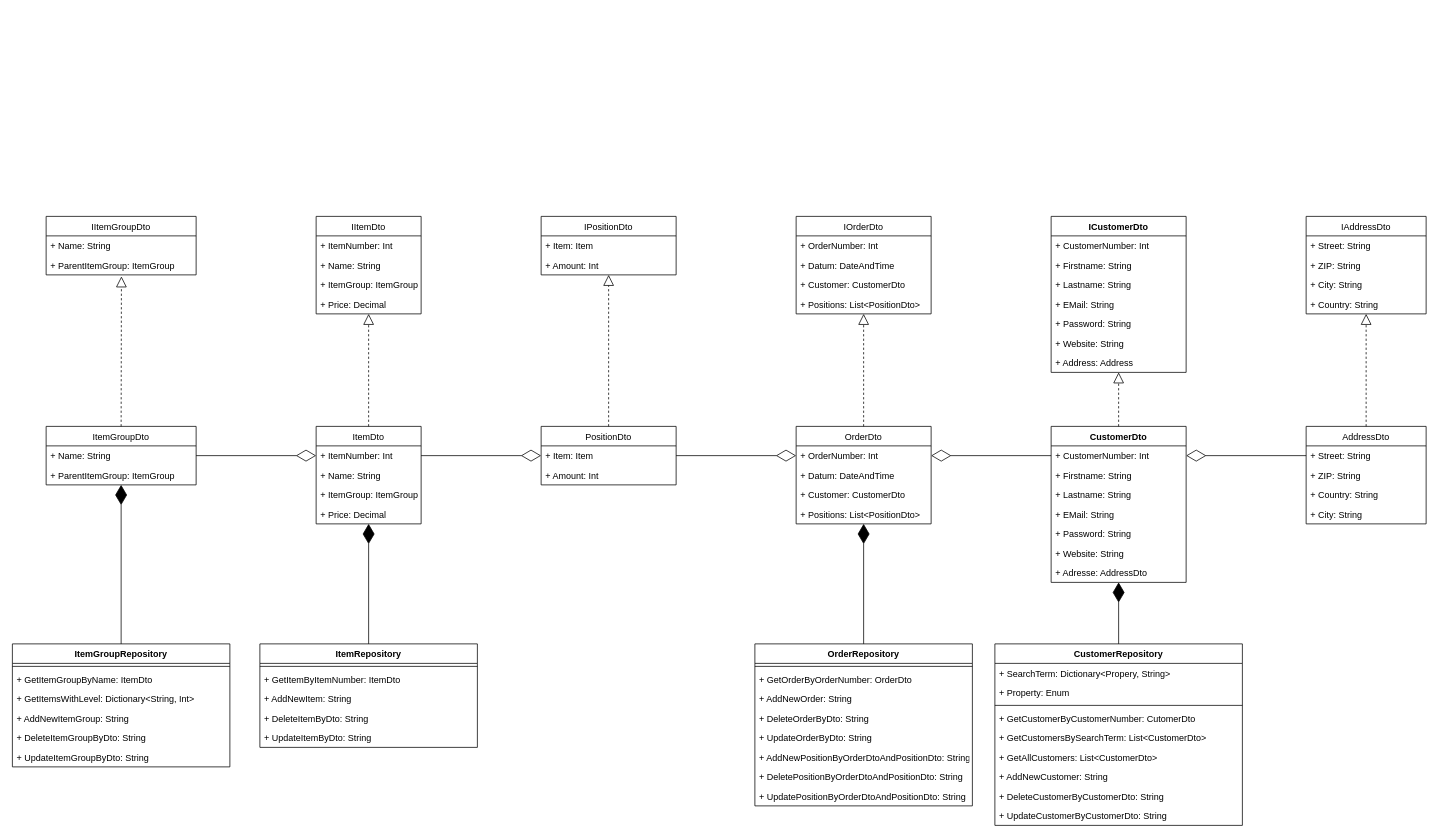
The draw.io diagram JobManagement/Designs/UML_DataAccessLayer.drawio in smat91/JobManagement, before the edit. Source tidied: cells renumbered, new cells numbered last; positions are measured from the earlier drawing's top-left corner, leaving out a move shared by most shapes. Both pictures are drawn from the tidied source at 75%, with x=0, y=0 at pixel (12, 216).
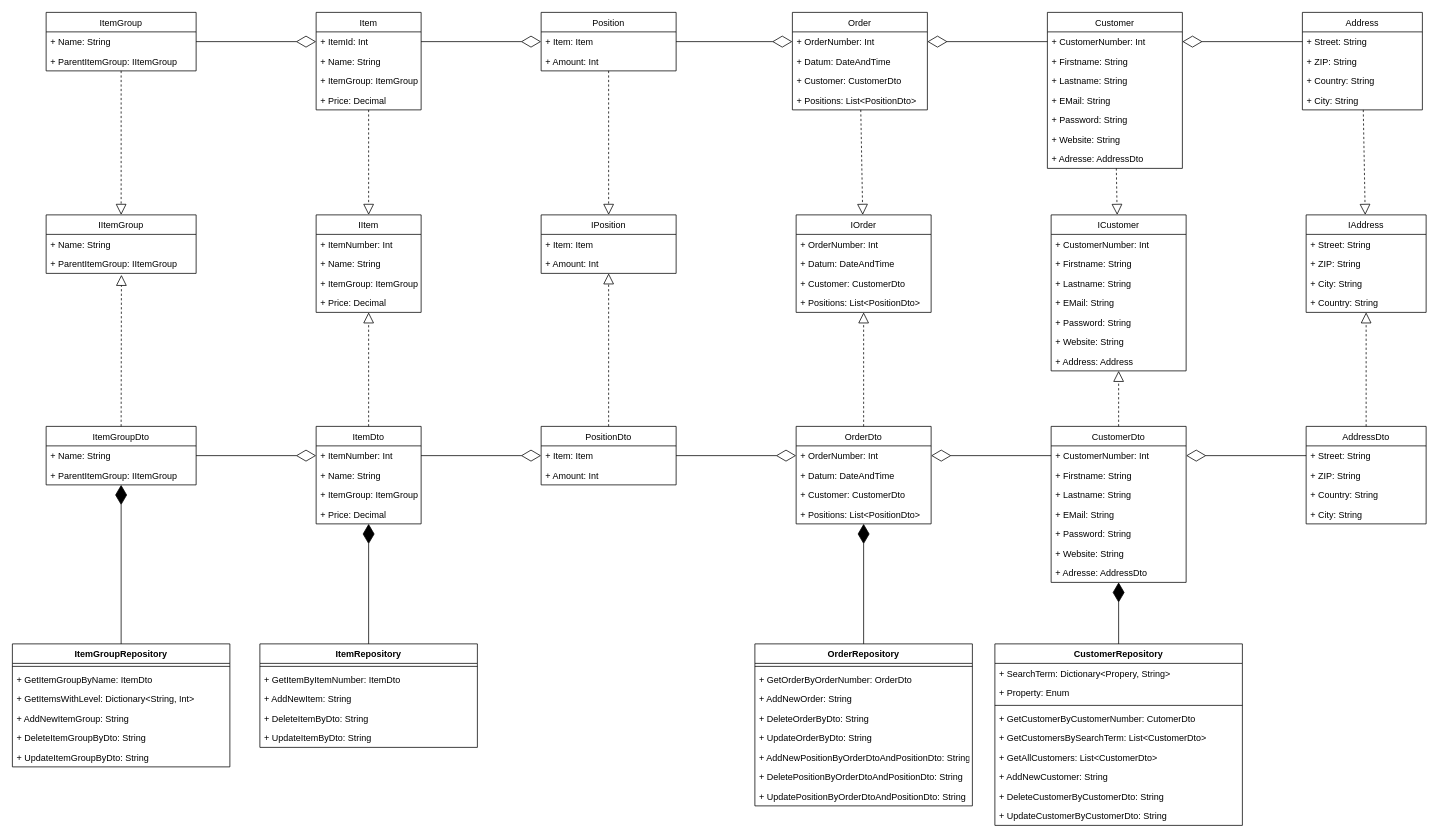
The same diagram, later.

The change refers to these unchanged cells:
```xml
<mxCell id="9" value="+ Address: Address" style="text;strokeColor=none;fillColor=none;align=left;verticalAlign=top;spacingLeft=4;spacingRight=4;overflow=hidden;points=[[0,0.5],[1,0.5]];portConstraint=eastwest;" parent="2" vertex="1">
  <mxGeometry y="182" width="180" height="26" as="geometry" />
</mxCell>
<mxCell id="31" value="ItemGroupDto" style="swimlane;fontStyle=0;horizontal=1;startSize=26;fillColor=none;labelBackgroundColor=none;" parent="1" vertex="1">
  <mxGeometry x="45" y="280" width="200" height="78" as="geometry" />
</mxCell>
```

Diff of the diagram source:
```diff
@@
-    <mxCell id="2" value="ICustomerDto" style="swimlane;fontStyle=1;align=center;verticalAlign=top;horizontal=1;startSize=26;" parent="1" vertex="1">
-      <mxGeometry x="1385" width="180" height="208" as="geometry" />
+    <mxCell id="2" value="ICustomer" style="swimlane;fontStyle=0;align=center;verticalAlign=top;horizontal=1;startSize=26;" parent="1" vertex="1">
+      <mxGeometry x="1385" y="-2" width="180" height="208" as="geometry" />
     </mxCell>
@@
-    <mxCell id="10" value="CustomerDto" style="swimlane;fontStyle=1;align=center;verticalAlign=top;horizontal=1;startSize=26;" parent="1" vertex="1">
+    <mxCell id="10" value="CustomerDto" style="swimlane;fontStyle=0;align=center;verticalAlign=top;horizontal=1;startSize=26;" parent="1" vertex="1">
       <mxGeometry x="1385" y="280" width="180" height="208" as="geometry" />
     </mxCell>
@@
-    <mxCell id="18" value="IAddressDto" style="swimlane;fontStyle=0;horizontal=1;startSize=26;fillColor=none;" parent="1" vertex="1">
-      <mxGeometry x="1725" width="160" height="130" as="geometry" />
+    <mxCell id="18" value="IAddress" style="swimlane;fontStyle=0;horizontal=1;startSize=26;fillColor=none;" parent="1" vertex="1">
+      <mxGeometry x="1725" y="-2" width="160" height="130" as="geometry" />
     </mxCell>
@@
-    <mxCell id="28" value="IItemGroupDto" style="swimlane;fontStyle=0;horizontal=1;startSize=26;fillColor=none;labelBackgroundColor=none;" parent="1" vertex="1">
-      <mxGeometry x="45" width="200" height="78" as="geometry" />
+    <mxCell id="28" value="IItemGroup" style="swimlane;fontStyle=0;horizontal=1;startSize=26;fillColor=none;labelBackgroundColor=none;" parent="1" vertex="1">
+      <mxGeometry x="45" y="-2" width="200" height="78" as="geometry" />
     </mxCell>
@@
-    <mxCell id="30" value="+ ParentItemGroup: ItemGroup" style="text;strokeColor=none;fillColor=none;align=left;verticalAlign=top;spacingLeft=4;spacingRight=4;overflow=hidden;points=[[0,0.5],[1,0.5]];portConstraint=eastwest;labelBackgroundColor=none;" parent="28" vertex="1">
+    <mxCell id="30" value="+ ParentItemGroup: IItemGroup" style="text;strokeColor=none;fillColor=none;align=left;verticalAlign=top;spacingLeft=4;spacingRight=4;overflow=hidden;points=[[0,0.5],[1,0.5]];portConstraint=eastwest;labelBackgroundColor=none;" parent="28" vertex="1">
       <mxGeometry y="52" width="200" height="26" as="geometry" />
     </mxCell>
@@
-    <mxCell id="33" value="+ ParentItemGroup: ItemGroup" style="text;strokeColor=none;fillColor=none;align=left;verticalAlign=top;spacingLeft=4;spacingRight=4;overflow=hidden;labelBackgroundColor=none;" parent="31" vertex="1">
+    <mxCell id="33" value="+ ParentItemGroup: IItemGroup" style="text;strokeColor=none;fillColor=none;align=left;verticalAlign=top;spacingLeft=4;spacingRight=4;overflow=hidden;labelBackgroundColor=none;" parent="31" vertex="1">
       <mxGeometry y="52" width="200" height="26" as="geometry" />
     </mxCell>
-    <mxCell id="34" value="IItemDto" style="swimlane;fontStyle=0;horizontal=1;startSize=26;fillColor=none;labelBackgroundColor=none;" parent="1" vertex="1">
-      <mxGeometry x="405" width="140" height="130" as="geometry" />
+    <mxCell id="34" value="IItem" style="swimlane;fontStyle=0;horizontal=1;startSize=26;fillColor=none;labelBackgroundColor=none;" parent="1" vertex="1">
+      <mxGeometry x="405" y="-2" width="140" height="130" as="geometry" />
     </mxCell>
@@
-    <mxCell id="62" value="IOrderDto" style="swimlane;fontStyle=0;horizontal=1;startSize=26;fillColor=none;labelBackgroundColor=none;" parent="1" vertex="1">
-      <mxGeometry x="1045" width="180" height="130" as="geometry" />
+    <mxCell id="62" value="IOrder" style="swimlane;fontStyle=0;horizontal=1;startSize=26;fillColor=none;labelBackgroundColor=none;" parent="1" vertex="1">
+      <mxGeometry x="1045" y="-2" width="180" height="130" as="geometry" />
     </mxCell>
@@
-    <mxCell id="71" value="IPositionDto" style="swimlane;fontStyle=0;horizontal=1;startSize=26;fillColor=none;labelBackgroundColor=none;" parent="1" vertex="1">
-      <mxGeometry x="705" width="180" height="78" as="geometry" />
+    <mxCell id="71" value="IPosition" style="swimlane;fontStyle=0;horizontal=1;startSize=26;fillColor=none;labelBackgroundColor=none;" parent="1" vertex="1">
+      <mxGeometry x="705" y="-2" width="180" height="78" as="geometry" />
     </mxCell>
@@
-    <mxCell id="80" style="endArrow=block;dashed=1;endFill=0;endSize=12;html=1;rounded=0;exitX=0.5;exitY=0;exitDx=0;exitDy=0;" parent="1" edge="1" source="10" target="9">
+    <mxCell id="80" style="endArrow=block;dashed=1;endFill=0;endSize=12;html=1;rounded=0;exitX=0.5;exitY=0;exitDx=0;exitDy=0;" parent="1" edge="1" source="10" target="2">
       <mxGeometry relative="1" as="geometry" />
     </mxCell>
@@
+    <mxCell id="107" value="Customer" style="swimlane;fontStyle=0;align=center;verticalAlign=top;horizontal=1;startSize=26;" parent="1" vertex="1">
+      <mxGeometry x="1380" y="-272" width="180" height="208" as="geometry" />
+    </mxCell>
+    <mxCell id="108" value="+ CustomerNumber: Int&#10;" style="text;strokeColor=none;fillColor=none;align=left;verticalAlign=top;spacingLeft=4;spacingRight=4;overflow=hidden;points=[[0,0.5],[1,0.5]];portConstraint=eastwest;" parent="107" vertex="1">
+      <mxGeometry y="26" width="180" height="26" as="geometry" />
+    </mxCell>
+    <mxCell id="109" value="+ Firstname: String" style="text;strokeColor=none;fillColor=none;align=left;verticalAlign=top;spacingLeft=4;spacingRight=4;overflow=hidden;" parent="107" vertex="1">
+      <mxGeometry y="52" width="180" height="26" as="geometry" />
+    </mxCell>
+    <mxCell id="110" value="+ Lastname: String" style="text;strokeColor=none;fillColor=none;align=left;verticalAlign=top;spacingLeft=4;spacingRight=4;overflow=hidden;" parent="107" vertex="1">
+      <mxGeometry y="78" width="180" height="26" as="geometry" />
+    </mxCell>
+    <mxCell id="111" value="+ EMail: String" style="text;strokeColor=none;fillColor=none;align=left;verticalAlign=top;spacingLeft=4;spacingRight=4;overflow=hidden;" parent="107" vertex="1">
+      <mxGeometry y="104" width="180" height="26" as="geometry" />
+    </mxCell>
+    <mxCell id="112" value="+ Password: String" style="text;strokeColor=none;fillColor=none;align=left;verticalAlign=top;spacingLeft=4;spacingRight=4;overflow=hidden;" parent="107" vertex="1">
+      <mxGeometry y="130" width="180" height="26" as="geometry" />
+    </mxCell>
+    <mxCell id="113" value="+ Website: String" style="text;strokeColor=none;fillColor=none;align=left;verticalAlign=top;spacingLeft=4;spacingRight=4;overflow=hidden;" parent="107" vertex="1">
+      <mxGeometry y="156" width="180" height="26" as="geometry" />
+    </mxCell>
+    <mxCell id="114" value="+ Adresse: AddressDto" style="text;strokeColor=none;fillColor=none;align=left;verticalAlign=top;spacingLeft=4;spacingRight=4;overflow=hidden;" parent="107" vertex="1">
+      <mxGeometry y="182" width="180" height="26" as="geometry" />
+    </mxCell>
+    <mxCell id="115" value="Address" style="swimlane;fontStyle=0;horizontal=1;startSize=26;fillColor=none;" parent="1" vertex="1">
+      <mxGeometry x="1720" y="-272" width="160" height="130" as="geometry" />
+    </mxCell>
+    <mxCell id="116" value="+ Street: String" style="text;strokeColor=none;fillColor=none;align=left;verticalAlign=top;spacingLeft=4;spacingRight=4;overflow=hidden;points=[[0,0.5],[1,0.5]];portConstraint=eastwest;" parent="115" vertex="1">
+      <mxGeometry y="26" width="160" height="26" as="geometry" />
+    </mxCell>
+    <mxCell id="117" value="+ ZIP: String" style="text;strokeColor=none;fillColor=none;align=left;verticalAlign=top;spacingLeft=4;spacingRight=4;overflow=hidden;" parent="115" vertex="1">
+      <mxGeometry y="52" width="160" height="26" as="geometry" />
+    </mxCell>
+    <mxCell id="118" value="+ Country: String" style="text;strokeColor=none;fillColor=none;align=left;verticalAlign=top;spacingLeft=4;spacingRight=4;overflow=hidden;labelBackgroundColor=none;" parent="115" vertex="1">
+      <mxGeometry y="78" width="160" height="26" as="geometry" />
+    </mxCell>
+    <mxCell id="119" value="+ City: String" style="text;strokeColor=none;fillColor=none;align=left;verticalAlign=top;spacingLeft=4;spacingRight=4;overflow=hidden;" parent="115" vertex="1">
+      <mxGeometry y="104" width="160" height="26" as="geometry" />
+    </mxCell>
+    <mxCell id="120" value="ItemGroup" style="swimlane;fontStyle=0;horizontal=1;startSize=26;fillColor=none;labelBackgroundColor=none;" parent="1" vertex="1">
+      <mxGeometry x="45" y="-272" width="200" height="78" as="geometry" />
+    </mxCell>
+    <mxCell id="121" value="+ Name: String" style="text;strokeColor=none;fillColor=none;align=left;verticalAlign=top;spacingLeft=4;spacingRight=4;overflow=hidden;points=[[0,0.5],[1,0.5]];portConstraint=eastwest;labelBackgroundColor=none;" parent="120" vertex="1">
+      <mxGeometry y="26" width="200" height="26" as="geometry" />
+    </mxCell>
+    <mxCell id="122" value="+ ParentItemGroup: IItemGroup" style="text;strokeColor=none;fillColor=none;align=left;verticalAlign=top;spacingLeft=4;spacingRight=4;overflow=hidden;labelBackgroundColor=none;" parent="120" vertex="1">
+      <mxGeometry y="52" width="200" height="26" as="geometry" />
+    </mxCell>
+    <mxCell id="123" value="Item" style="swimlane;fontStyle=0;horizontal=1;startSize=26;fillColor=none;labelBackgroundColor=none;" parent="1" vertex="1">
+      <mxGeometry x="405" y="-272" width="140" height="130" as="geometry" />
+    </mxCell>
+    <mxCell id="124" value="+ ItemId: Int" style="text;strokeColor=none;fillColor=none;align=left;verticalAlign=top;spacingLeft=4;spacingRight=4;overflow=hidden;points=[[0,0.5],[1,0.5]];portConstraint=eastwest;labelBackgroundColor=none;" parent="123" vertex="1">
+      <mxGeometry y="26" width="140" height="26" as="geometry" />
+    </mxCell>
+    <mxCell id="125" value="+ Name: String" style="text;strokeColor=none;fillColor=none;align=left;verticalAlign=top;spacingLeft=4;spacingRight=4;overflow=hidden;labelBackgroundColor=none;" parent="123" vertex="1">
+      <mxGeometry y="52" width="140" height="26" as="geometry" />
+    </mxCell>
+    <mxCell id="126" value="+ ItemGroup: ItemGroup" style="text;strokeColor=none;fillColor=none;align=left;verticalAlign=top;spacingLeft=4;spacingRight=4;overflow=hidden;labelBackgroundColor=none;" parent="123" vertex="1">
+      <mxGeometry y="78" width="140" height="26" as="geometry" />
+    </mxCell>
+    <mxCell id="127" value="+ Price: Decimal" style="text;strokeColor=none;fillColor=none;align=left;verticalAlign=top;spacingLeft=4;spacingRight=4;overflow=hidden;labelBackgroundColor=none;" parent="123" vertex="1">
+      <mxGeometry y="104" width="140" height="26" as="geometry" />
+    </mxCell>
+    <mxCell id="128" style="endArrow=diamondThin;endFill=0;endSize=24;html=1;rounded=0;entryX=1;entryY=0.5;entryDx=0;entryDy=0;exitX=0;exitY=0.5;exitDx=0;exitDy=0;" parent="1" edge="1" source="116" target="108">
+      <mxGeometry relative="1" as="geometry" />
+    </mxCell>
+    <mxCell id="129" style="endArrow=diamondThin;endFill=0;endSize=24;html=1;rounded=0;entryX=0;entryY=0.5;entryDx=0;entryDy=0;exitX=1;exitY=0.5;exitDx=0;exitDy=0;" parent="1" edge="1" source="121" target="124">
+      <mxGeometry relative="1" as="geometry" />
+    </mxCell>
+    <mxCell id="130" value="Order" style="swimlane;fontStyle=0;horizontal=1;startSize=26;fillColor=none;labelBackgroundColor=none;" parent="1" vertex="1">
+      <mxGeometry x="1040" y="-272" width="180" height="130" as="geometry" />
+    </mxCell>
+    <mxCell id="131" value="+ OrderNumber: Int" style="text;strokeColor=none;fillColor=none;align=left;verticalAlign=top;spacingLeft=4;spacingRight=4;overflow=hidden;points=[[0,0.5],[1,0.5]];portConstraint=eastwest;labelBackgroundColor=none;" parent="130" vertex="1">
+      <mxGeometry y="26" width="180" height="26" as="geometry" />
+    </mxCell>
+    <mxCell id="132" value="+ Datum: DateAndTime" style="text;strokeColor=none;fillColor=none;align=left;verticalAlign=top;spacingLeft=4;spacingRight=4;overflow=hidden;labelBackgroundColor=none;" parent="130" vertex="1">
+      <mxGeometry y="52" width="180" height="26" as="geometry" />
+    </mxCell>
+    <mxCell id="133" value="+ Customer: CustomerDto" style="text;strokeColor=none;fillColor=none;align=left;verticalAlign=top;spacingLeft=4;spacingRight=4;overflow=hidden;labelBackgroundColor=none;" parent="130" vertex="1">
+      <mxGeometry y="78" width="180" height="26" as="geometry" />
+    </mxCell>
+    <mxCell id="134" value="+ Positions: List&lt;PositionDto&gt;" style="text;strokeColor=none;fillColor=none;align=left;verticalAlign=top;spacingLeft=4;spacingRight=4;overflow=hidden;labelBackgroundColor=none;" parent="130" vertex="1">
+      <mxGeometry y="104" width="180" height="26" as="geometry" />
+    </mxCell>
+    <mxCell id="135" style="endArrow=diamondThin;endFill=0;endSize=24;html=1;rounded=0;exitX=0;exitY=0.5;exitDx=0;exitDy=0;" parent="1" edge="1" source="108" target="131">
+      <mxGeometry relative="1" as="geometry" />
+    </mxCell>
+    <mxCell id="136" value="Position" style="swimlane;fontStyle=0;horizontal=1;startSize=26;fillColor=none;labelBackgroundColor=none;" parent="1" vertex="1">
+      <mxGeometry x="705" y="-272" width="180" height="78" as="geometry" />
+    </mxCell>
+    <mxCell id="137" value="+ Item: Item " style="text;strokeColor=none;fillColor=none;align=left;verticalAlign=top;spacingLeft=4;spacingRight=4;overflow=hidden;points=[[0,0.5],[1,0.5]];portConstraint=eastwest;labelBackgroundColor=none;" parent="136" vertex="1">
+      <mxGeometry y="26" width="180" height="26" as="geometry" />
+    </mxCell>
+    <mxCell id="138" value="+ Amount: Int" style="text;strokeColor=none;fillColor=none;align=left;verticalAlign=top;spacingLeft=4;spacingRight=4;overflow=hidden;labelBackgroundColor=none;" parent="136" vertex="1">
+      <mxGeometry y="52" width="180" height="26" as="geometry" />
+    </mxCell>
+    <mxCell id="139" style="endArrow=diamondThin;endFill=0;endSize=24;html=1;rounded=0;entryX=0;entryY=0.5;entryDx=0;entryDy=0;exitX=1;exitY=0.5;exitDx=0;exitDy=0;" parent="1" edge="1" source="137" target="131">
+      <mxGeometry relative="1" as="geometry" />
+    </mxCell>
+    <mxCell id="140" style="endArrow=diamondThin;endFill=0;endSize=24;html=1;rounded=0;" parent="1" edge="1" source="124" target="137">
+      <mxGeometry relative="1" as="geometry" />
+    </mxCell>
+    <mxCell id="141" style="endArrow=block;dashed=1;endFill=0;endSize=12;html=1;rounded=0;" parent="1" edge="1" source="130" target="62">
+      <mxGeometry relative="1" as="geometry" />
+    </mxCell>
+    <mxCell id="142" style="endArrow=block;dashed=1;endFill=0;endSize=12;html=1;rounded=0;" parent="1" edge="1" source="120" target="28">
+      <mxGeometry relative="1" as="geometry" />
+    </mxCell>
+    <mxCell id="143" style="endArrow=block;dashed=1;endFill=0;endSize=12;html=1;rounded=0;" parent="1" edge="1" source="123" target="34">
+      <mxGeometry relative="1" as="geometry" />
+    </mxCell>
+    <mxCell id="144" style="endArrow=block;dashed=1;endFill=0;endSize=12;html=1;rounded=0;" parent="1" edge="1" source="136" target="71">
+      <mxGeometry relative="1" as="geometry" />
+    </mxCell>
+    <mxCell id="145" style="endArrow=block;dashed=1;endFill=0;endSize=12;html=1;rounded=0;" parent="1" edge="1" source="115" target="18">
+      <mxGeometry relative="1" as="geometry" />
+    </mxCell>
+    <mxCell id="146" style="endArrow=block;dashed=1;endFill=0;endSize=12;html=1;rounded=0;" parent="1" edge="1" source="107" target="2">
+      <mxGeometry relative="1" as="geometry" />
+    </mxCell>
```
